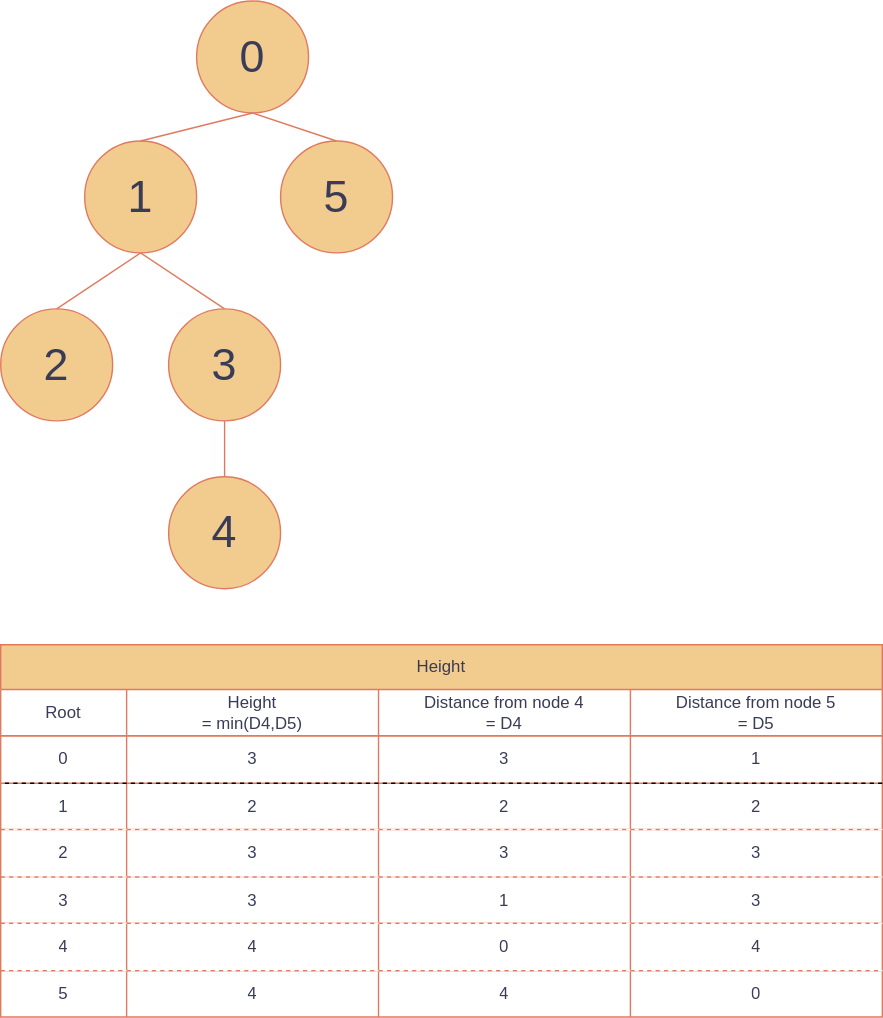
Earlier version of the draw.io export lib/cpalgo/tree/resources/height.drawio.svg (xirc/cp-algorithm). Source tidied: cells renumbered, new cells last; positions are measured from the earlier drawing's top-left corner, leaving out a move shared by most shapes. Source of this version:
```xml
<mxGraphModel background="#FFFFFF">
  <root>
    <mxCell id="0" />
    <mxCell id="1" parent="0" />
    <mxCell id="2" value="0" style="ellipse;whiteSpace=wrap;html=1;fontSize=32;fillColor=#F2CC8F;strokeColor=#E07A5F;fontColor=#393C56;" parent="1" vertex="1">
      <mxGeometry x="140" width="80" height="80" as="geometry" />
    </mxCell>
    <mxCell id="3" value="1" style="ellipse;whiteSpace=wrap;html=1;fontSize=32;fillColor=#F2CC8F;strokeColor=#E07A5F;fontColor=#393C56;" parent="1" vertex="1">
      <mxGeometry x="60" y="100" width="80" height="80" as="geometry" />
    </mxCell>
    <mxCell id="4" value="5" style="ellipse;whiteSpace=wrap;html=1;fontSize=32;fillColor=#F2CC8F;strokeColor=#E07A5F;fontColor=#393C56;" parent="1" vertex="1">
      <mxGeometry x="200" y="100" width="80" height="80" as="geometry" />
    </mxCell>
    <mxCell id="5" style="endArrow=none;html=1;entryX=0.5;entryY=1;entryDx=0;entryDy=0;exitX=0.5;exitY=0;exitDx=0;exitDy=0;strokeColor=#E07A5F;fontColor=#393C56;labelBackgroundColor=#F4F1DE;" parent="1" edge="1" source="3" target="2">
      <mxGeometry relative="1" as="geometry" />
    </mxCell>
    <mxCell id="6" style="endArrow=none;html=1;entryX=0.5;entryY=1;entryDx=0;entryDy=0;exitX=0.5;exitY=0;exitDx=0;exitDy=0;strokeColor=#E07A5F;fontColor=#393C56;labelBackgroundColor=#F4F1DE;" parent="1" edge="1" source="4" target="2">
      <mxGeometry relative="1" as="geometry" />
    </mxCell>
    <mxCell id="7" style="endArrow=none;html=1;entryX=0.5;entryY=1;entryDx=0;entryDy=0;exitX=0.5;exitY=0;exitDx=0;exitDy=0;strokeColor=#E07A5F;fontColor=#393C56;labelBackgroundColor=#F4F1DE;" parent="1" edge="1" source="47" target="3">
      <mxGeometry relative="1" as="geometry" />
    </mxCell>
    <mxCell id="8" value="Height" style="shape=table;html=1;whiteSpace=wrap;startSize=32;fillColor=#F2CC8F;strokeColor=#E07A5F;fontColor=#393C56;" parent="1" vertex="1">
      <mxGeometry y="460" width="630" height="266" as="geometry" />
    </mxCell>
    <mxCell id="9" style="shape=partialRectangle;html=1;whiteSpace=wrap;fillColor=none;top=0;left=0;bottom=1;right=0;strokeColor=#E07A5F;fontColor=#393C56;" parent="8" vertex="1">
      <mxGeometry y="32" width="630" height="33" as="geometry" />
    </mxCell>
    <mxCell id="10" value="Root" style="shape=partialRectangle;html=1;whiteSpace=wrap;fillColor=none;top=0;left=0;bottom=0;right=0;overflow=hidden;strokeColor=#E07A5F;fontColor=#393C56;" parent="9" vertex="1">
      <mxGeometry width="90" height="33" as="geometry" />
    </mxCell>
    <mxCell id="11" value="Height&lt;br&gt;= min(D4,D5)" style="shape=partialRectangle;html=1;whiteSpace=wrap;fillColor=none;top=0;left=0;bottom=0;right=0;overflow=hidden;strokeColor=#E07A5F;fontColor=#393C56;" parent="9" vertex="1">
      <mxGeometry x="90" width="180" height="33" as="geometry" />
    </mxCell>
    <mxCell id="12" value="Distance from node 4&lt;br&gt;= D4" style="shape=partialRectangle;html=1;whiteSpace=wrap;fillColor=none;top=0;left=0;bottom=0;right=0;overflow=hidden;strokeColor=#E07A5F;fontColor=#393C56;" parent="9" vertex="1">
      <mxGeometry x="270" width="180" height="33" as="geometry" />
    </mxCell>
    <mxCell id="13" value="Distance from node 5&lt;br&gt;= D5" style="shape=partialRectangle;html=1;whiteSpace=wrap;fillColor=none;top=0;left=0;bottom=0;right=0;overflow=hidden;strokeColor=#E07A5F;fontColor=#393C56;" parent="9" vertex="1">
      <mxGeometry x="450" width="180" height="33" as="geometry" />
    </mxCell>
    <mxCell id="14" style="shape=partialRectangle;html=1;whiteSpace=wrap;fillColor=none;top=0;left=0;bottom=1;right=0;fontColor=#393C56;dashed=1;" parent="8" vertex="1">
      <mxGeometry y="65" width="630" height="34" as="geometry" />
    </mxCell>
    <mxCell id="15" value="0" style="shape=partialRectangle;html=1;whiteSpace=wrap;fillColor=none;top=0;left=0;bottom=0;right=0;overflow=hidden;strokeColor=#E07A5F;fontColor=#393C56;" parent="14" vertex="1">
      <mxGeometry width="90" height="34" as="geometry" />
    </mxCell>
    <mxCell id="16" value="3" style="shape=partialRectangle;html=1;whiteSpace=wrap;fillColor=none;top=0;left=0;bottom=0;right=0;overflow=hidden;strokeColor=#E07A5F;fontColor=#393C56;" parent="14" vertex="1">
      <mxGeometry x="90" width="180" height="34" as="geometry" />
    </mxCell>
    <mxCell id="17" value="3" style="shape=partialRectangle;html=1;whiteSpace=wrap;fillColor=none;top=0;left=0;bottom=0;right=0;overflow=hidden;strokeColor=#E07A5F;fontColor=#393C56;" parent="14" vertex="1">
      <mxGeometry x="270" width="180" height="34" as="geometry" />
    </mxCell>
    <mxCell id="18" value="1" style="shape=partialRectangle;html=1;whiteSpace=wrap;fillColor=none;top=0;left=0;bottom=0;right=0;overflow=hidden;strokeColor=#E07A5F;fontColor=#393C56;" parent="14" vertex="1">
      <mxGeometry x="450" width="180" height="34" as="geometry" />
    </mxCell>
    <mxCell id="19" style="shape=partialRectangle;html=1;whiteSpace=wrap;fillColor=none;top=0;left=0;bottom=1;right=0;fontColor=#393C56;dashed=1;strokeColor=#FFFFFF;" parent="8" vertex="1">
      <mxGeometry y="99" width="630" height="33" as="geometry" />
    </mxCell>
    <mxCell id="20" value="1" style="shape=partialRectangle;html=1;whiteSpace=wrap;fillColor=none;top=0;left=0;bottom=0;right=0;overflow=hidden;strokeColor=#E07A5F;fontColor=#393C56;" parent="19" vertex="1">
      <mxGeometry width="90" height="33" as="geometry" />
    </mxCell>
    <mxCell id="21" value="2" style="shape=partialRectangle;html=1;whiteSpace=wrap;fillColor=none;top=0;left=0;bottom=0;right=0;overflow=hidden;strokeColor=#E07A5F;fontColor=#393C56;" parent="19" vertex="1">
      <mxGeometry x="90" width="180" height="33" as="geometry" />
    </mxCell>
    <mxCell id="22" value="2" style="shape=partialRectangle;html=1;whiteSpace=wrap;fillColor=none;top=0;left=0;bottom=0;right=0;overflow=hidden;strokeColor=#E07A5F;fontColor=#393C56;" parent="19" vertex="1">
      <mxGeometry x="270" width="180" height="33" as="geometry" />
    </mxCell>
    <mxCell id="23" value="2" style="shape=partialRectangle;html=1;whiteSpace=wrap;fillColor=none;top=0;left=0;bottom=0;right=0;overflow=hidden;strokeColor=#E07A5F;fontColor=#393C56;" parent="19" vertex="1">
      <mxGeometry x="450" width="180" height="33" as="geometry" />
    </mxCell>
    <mxCell id="24" style="shape=partialRectangle;html=1;whiteSpace=wrap;fillColor=none;top=0;left=0;bottom=1;right=0;fontColor=#393C56;dashed=1;strokeColor=#FFFFFF;" parent="8" vertex="1">
      <mxGeometry y="132" width="630" height="34" as="geometry" />
    </mxCell>
    <mxCell id="25" value="2" style="shape=partialRectangle;html=1;whiteSpace=wrap;fillColor=none;top=0;left=0;bottom=0;right=0;overflow=hidden;strokeColor=#E07A5F;fontColor=#393C56;" parent="24" vertex="1">
      <mxGeometry width="90" height="34" as="geometry" />
    </mxCell>
    <mxCell id="26" value="3" style="shape=partialRectangle;html=1;whiteSpace=wrap;fillColor=none;top=0;left=0;bottom=0;right=0;overflow=hidden;strokeColor=#E07A5F;fontColor=#393C56;" parent="24" vertex="1">
      <mxGeometry x="90" width="180" height="34" as="geometry" />
    </mxCell>
    <mxCell id="27" value="3" style="shape=partialRectangle;html=1;whiteSpace=wrap;fillColor=none;top=0;left=0;bottom=0;right=0;overflow=hidden;strokeColor=#E07A5F;fontColor=#393C56;" parent="24" vertex="1">
      <mxGeometry x="270" width="180" height="34" as="geometry" />
    </mxCell>
    <mxCell id="28" value="3" style="shape=partialRectangle;html=1;whiteSpace=wrap;fillColor=none;top=0;left=0;bottom=0;right=0;overflow=hidden;strokeColor=#E07A5F;fontColor=#393C56;" parent="24" vertex="1">
      <mxGeometry x="450" width="180" height="34" as="geometry" />
    </mxCell>
    <mxCell id="29" style="shape=partialRectangle;html=1;whiteSpace=wrap;fillColor=none;top=0;left=0;bottom=1;right=0;fontColor=#393C56;dashed=1;strokeColor=#FFFFFF;" parent="8" vertex="1">
      <mxGeometry y="166" width="630" height="33" as="geometry" />
    </mxCell>
    <mxCell id="30" value="3" style="shape=partialRectangle;html=1;whiteSpace=wrap;fillColor=none;top=0;left=0;bottom=0;right=0;overflow=hidden;strokeColor=#E07A5F;fontColor=#393C56;" parent="29" vertex="1">
      <mxGeometry width="90" height="33" as="geometry" />
    </mxCell>
    <mxCell id="31" value="3" style="shape=partialRectangle;html=1;whiteSpace=wrap;fillColor=none;top=0;left=0;bottom=0;right=0;overflow=hidden;strokeColor=#E07A5F;fontColor=#393C56;" parent="29" vertex="1">
      <mxGeometry x="90" width="180" height="33" as="geometry" />
    </mxCell>
    <mxCell id="32" value="1" style="shape=partialRectangle;html=1;whiteSpace=wrap;fillColor=none;top=0;left=0;bottom=0;right=0;overflow=hidden;strokeColor=#E07A5F;fontColor=#393C56;" parent="29" vertex="1">
      <mxGeometry x="270" width="180" height="33" as="geometry" />
    </mxCell>
    <mxCell id="33" value="3" style="shape=partialRectangle;html=1;whiteSpace=wrap;fillColor=none;top=0;left=0;bottom=0;right=0;overflow=hidden;strokeColor=#E07A5F;fontColor=#393C56;" parent="29" vertex="1">
      <mxGeometry x="450" width="180" height="33" as="geometry" />
    </mxCell>
    <mxCell id="34" style="shape=partialRectangle;html=1;whiteSpace=wrap;fillColor=none;top=0;left=0;bottom=1;right=0;fontColor=#393C56;dashed=1;strokeColor=#FFFFFF;" parent="8" vertex="1">
      <mxGeometry y="199" width="630" height="34" as="geometry" />
    </mxCell>
    <mxCell id="35" value="4" style="shape=partialRectangle;html=1;whiteSpace=wrap;fillColor=none;top=0;left=0;bottom=0;right=0;overflow=hidden;strokeColor=#E07A5F;fontColor=#393C56;" parent="34" vertex="1">
      <mxGeometry width="90" height="34" as="geometry" />
    </mxCell>
    <mxCell id="36" value="4" style="shape=partialRectangle;html=1;whiteSpace=wrap;fillColor=none;top=0;left=0;bottom=0;right=0;overflow=hidden;strokeColor=#E07A5F;fontColor=#393C56;" parent="34" vertex="1">
      <mxGeometry x="90" width="180" height="34" as="geometry" />
    </mxCell>
    <mxCell id="37" value="0" style="shape=partialRectangle;html=1;whiteSpace=wrap;fillColor=none;top=0;left=0;bottom=0;right=0;overflow=hidden;strokeColor=#E07A5F;fontColor=#393C56;" parent="34" vertex="1">
      <mxGeometry x="270" width="180" height="34" as="geometry" />
    </mxCell>
    <mxCell id="38" value="4" style="shape=partialRectangle;html=1;whiteSpace=wrap;fillColor=none;top=0;left=0;bottom=0;right=0;overflow=hidden;strokeColor=#E07A5F;fontColor=#393C56;" parent="34" vertex="1">
      <mxGeometry x="450" width="180" height="34" as="geometry" />
    </mxCell>
    <mxCell id="39" style="shape=partialRectangle;html=1;whiteSpace=wrap;fillColor=none;top=0;left=0;bottom=1;right=0;fontColor=#393C56;dashed=1;strokeColor=none;" parent="8" vertex="1">
      <mxGeometry y="233" width="630" height="33" as="geometry" />
    </mxCell>
    <mxCell id="40" value="5" style="shape=partialRectangle;html=1;whiteSpace=wrap;fillColor=none;top=0;left=0;bottom=0;right=0;overflow=hidden;strokeColor=#E07A5F;fontColor=#393C56;" parent="39" vertex="1">
      <mxGeometry width="90" height="33" as="geometry" />
    </mxCell>
    <mxCell id="41" value="4" style="shape=partialRectangle;html=1;whiteSpace=wrap;fillColor=none;top=0;left=0;bottom=0;right=0;overflow=hidden;strokeColor=#E07A5F;fontColor=#393C56;" parent="39" vertex="1">
      <mxGeometry x="90" width="180" height="33" as="geometry" />
    </mxCell>
    <mxCell id="42" value="4" style="shape=partialRectangle;html=1;whiteSpace=wrap;fillColor=none;top=0;left=0;bottom=0;right=0;overflow=hidden;strokeColor=#E07A5F;fontColor=#393C56;" parent="39" vertex="1">
      <mxGeometry x="270" width="180" height="33" as="geometry" />
    </mxCell>
    <mxCell id="43" value="0" style="shape=partialRectangle;html=1;whiteSpace=wrap;fillColor=none;top=0;left=0;bottom=0;right=0;overflow=hidden;strokeColor=#E07A5F;fontColor=#393C56;" parent="39" vertex="1">
      <mxGeometry x="450" width="180" height="33" as="geometry" />
    </mxCell>
    <mxCell id="44" style="endArrow=none;html=1;exitX=0.5;exitY=0;exitDx=0;exitDy=0;entryX=0.5;entryY=1;entryDx=0;entryDy=0;strokeColor=#E07A5F;fontColor=#393C56;labelBackgroundColor=#F4F1DE;" parent="1" edge="1" source="46" target="3">
      <mxGeometry relative="1" as="geometry" />
    </mxCell>
    <mxCell id="45" value="4" style="ellipse;whiteSpace=wrap;html=1;fontSize=32;fillColor=#F2CC8F;strokeColor=#E07A5F;fontColor=#393C56;" parent="1" vertex="1">
      <mxGeometry x="120" y="340" width="80" height="80" as="geometry" />
    </mxCell>
    <mxCell id="46" value="2" style="ellipse;whiteSpace=wrap;html=1;fontSize=32;fillColor=#F2CC8F;strokeColor=#E07A5F;fontColor=#393C56;" parent="1" vertex="1">
      <mxGeometry y="220" width="80" height="80" as="geometry" />
    </mxCell>
    <mxCell id="47" value="3" style="ellipse;whiteSpace=wrap;html=1;fontSize=32;fillColor=#F2CC8F;strokeColor=#E07A5F;fontColor=#393C56;" parent="1" vertex="1">
      <mxGeometry x="120" y="220" width="80" height="80" as="geometry" />
    </mxCell>
    <mxCell id="48" style="endArrow=none;html=1;entryX=0.5;entryY=1;entryDx=0;entryDy=0;exitX=0.5;exitY=0;exitDx=0;exitDy=0;strokeColor=#E07A5F;fontColor=#393C56;labelBackgroundColor=#F4F1DE;" parent="1" edge="1" source="45" target="47">
      <mxGeometry relative="1" as="geometry" />
    </mxCell>
  </root>
</mxGraphModel>
```
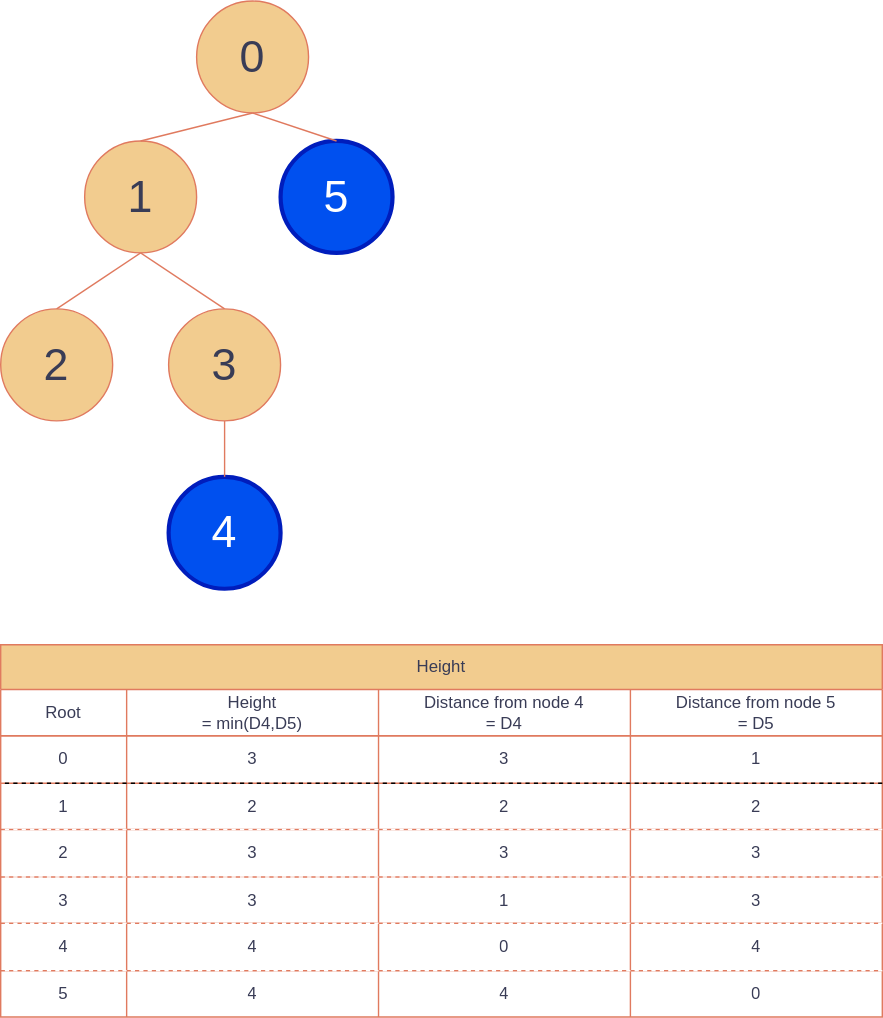
Later version of the same file.

Diff of the diagram source:
```diff
@@ -8,7 +8,7 @@
     <mxCell id="3" value="1" style="ellipse;whiteSpace=wrap;html=1;fontSize=32;fillColor=#F2CC8F;strokeColor=#E07A5F;fontColor=#393C56;" parent="1" vertex="1">
       <mxGeometry x="60" y="100" width="80" height="80" as="geometry" />
     </mxCell>
-    <mxCell id="4" value="5" style="ellipse;whiteSpace=wrap;html=1;fontSize=32;fillColor=#F2CC8F;strokeColor=#E07A5F;fontColor=#393C56;" parent="1" vertex="1">
+    <mxCell id="4" value="5" style="ellipse;whiteSpace=wrap;html=1;fontSize=32;fillColor=#0050ef;strokeColor=#001DBC;fontColor=#ffffff;strokeWidth=3;" parent="1" vertex="1">
       <mxGeometry x="200" y="100" width="80" height="80" as="geometry" />
     </mxCell>
     <mxCell id="5" style="endArrow=none;html=1;entryX=0.5;entryY=1;entryDx=0;entryDy=0;exitX=0.5;exitY=0;exitDx=0;exitDy=0;strokeColor=#E07A5F;fontColor=#393C56;labelBackgroundColor=#F4F1DE;" parent="1" edge="1" source="3" target="2">
@@ -131,7 +131,7 @@
     <mxCell id="44" style="endArrow=none;html=1;exitX=0.5;exitY=0;exitDx=0;exitDy=0;entryX=0.5;entryY=1;entryDx=0;entryDy=0;strokeColor=#E07A5F;fontColor=#393C56;labelBackgroundColor=#F4F1DE;" parent="1" edge="1" source="46" target="3">
       <mxGeometry relative="1" as="geometry" />
     </mxCell>
-    <mxCell id="45" value="4" style="ellipse;whiteSpace=wrap;html=1;fontSize=32;fillColor=#F2CC8F;strokeColor=#E07A5F;fontColor=#393C56;" parent="1" vertex="1">
+    <mxCell id="45" value="4" style="ellipse;whiteSpace=wrap;html=1;fontSize=32;fillColor=#0050ef;strokeColor=#001DBC;fontColor=#ffffff;strokeWidth=3;" parent="1" vertex="1">
       <mxGeometry x="120" y="340" width="80" height="80" as="geometry" />
     </mxCell>
     <mxCell id="46" value="2" style="ellipse;whiteSpace=wrap;html=1;fontSize=32;fillColor=#F2CC8F;strokeColor=#E07A5F;fontColor=#393C56;" parent="1" vertex="1">
```
